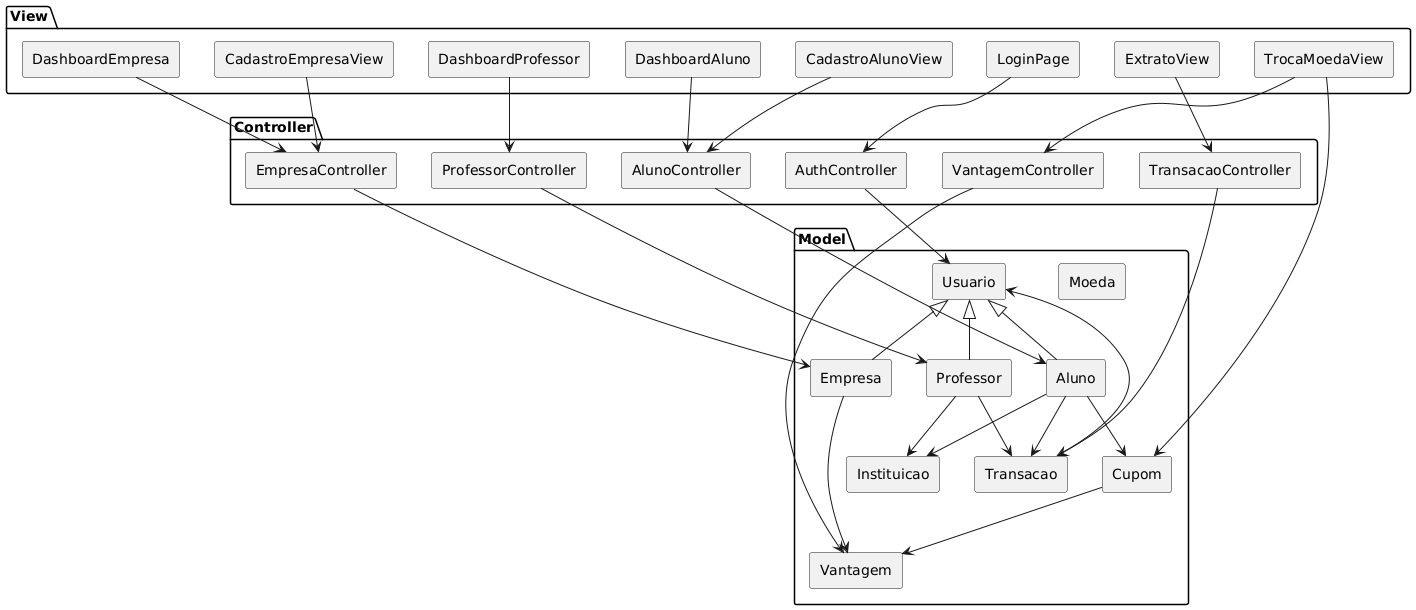
This is project/img/components.png from hegdt/lds-3, a PlantUML export, as it was before one commit. Its diagram source:
```plantuml
@startuml
skinparam componentStyle rectangle

package "View" {
  [LoginPage]
  [DashboardAluno]
  [DashboardProfessor]
  [DashboardEmpresa]
  [ExtratoView]
  [TrocaMoedaView]
  [CadastroAlunoView]
  [CadastroEmpresaView]
}

package "Controller" {
  [AuthController]
  [AlunoController]
  [ProfessorController]
  [EmpresaController]
  [VantagemController]
  [TransacaoController]
}

package "Model" {
  [Usuario]
  [Aluno]
  [Professor]
  [Empresa]
  [Instituicao]
  [Vantagem]
  [Moeda]
  [Transacao]
  [Cupom]
}

[LoginPage] --> [AuthController]
[DashboardAluno] --> [AlunoController]
[DashboardProfessor] --> [ProfessorController]
[DashboardEmpresa] --> [EmpresaController]
[ExtratoView] --> [TransacaoController]
[TrocaMoedaView] --> [VantagemController]
[CadastroAlunoView] --> [AlunoController]
[CadastroEmpresaView] --> [EmpresaController]

[AuthController] --> [Usuario]
[AlunoController] --> [Aluno]
[ProfessorController] --> [Professor]
[EmpresaController] --> [Empresa]
[VantagemController] --> [Vantagem]
[TransacaoController] --> [Transacao]
[TrocaMoedaView] --> [Cupom]

[Usuario] <|-- [Aluno]
[Usuario] <|-- [Professor]
[Usuario] <|-- [Empresa]

[Aluno] --> [Instituicao]
[Professor] --> [Instituicao]
[Empresa] --> [Vantagem]
[Aluno] --> [Transacao]
[Professor] --> [Transacao]
[Transacao] --> [Usuario]
[Cupom] --> [Vantagem]
[Aluno] --> [Cupom]
@enduml
```
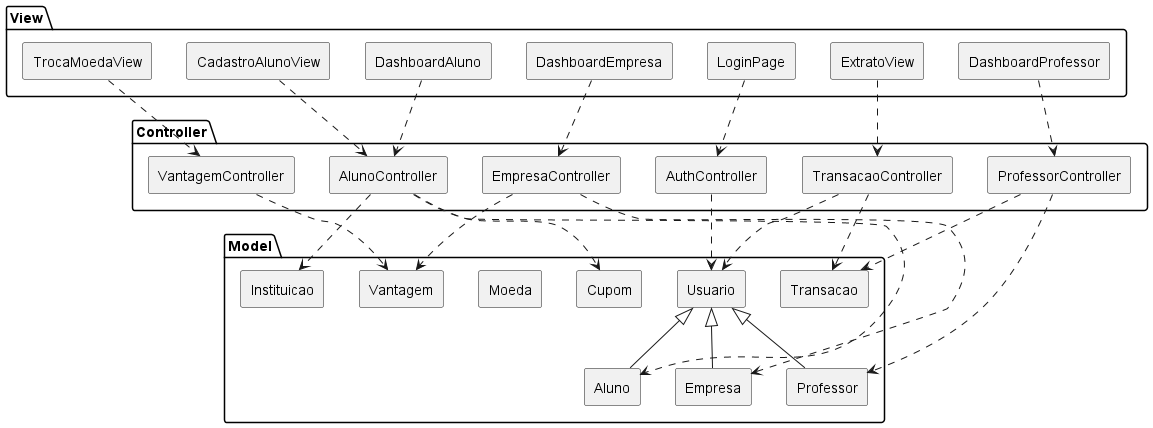
The same file after the commit.

Diff of the diagram source:
```diff
@@ -9,7 +9,6 @@
   [ExtratoView]
   [TrocaMoedaView]
   [CadastroAlunoView]
-  [CadastroEmpresaView]
 }
 
 package "Controller" {
@@ -33,33 +32,28 @@
   [Cupom]
 }
 
-[LoginPage] --> [AuthController]
-[DashboardAluno] --> [AlunoController]
-[DashboardProfessor] --> [ProfessorController]
-[DashboardEmpresa] --> [EmpresaController]
-[ExtratoView] --> [TransacaoController]
-[TrocaMoedaView] --> [VantagemController]
-[CadastroAlunoView] --> [AlunoController]
-[CadastroEmpresaView] --> [EmpresaController]
+[LoginPage] ..> [AuthController]
+[DashboardAluno] ..> [AlunoController]
+[DashboardProfessor] ..> [ProfessorController]
+[DashboardEmpresa] ..> [EmpresaController]
+[ExtratoView] ..> [TransacaoController]
+[TrocaMoedaView] ..> [VantagemController]
+[CadastroAlunoView] ..> [AlunoController]
 
-[AuthController] --> [Usuario]
-[AlunoController] --> [Aluno]
-[ProfessorController] --> [Professor]
-[EmpresaController] --> [Empresa]
-[VantagemController] --> [Vantagem]
-[TransacaoController] --> [Transacao]
-[TrocaMoedaView] --> [Cupom]
+[AuthController] ..> [Usuario]
+[AlunoController] ..> [Aluno]
+[AlunoController] ..> [Instituicao]
+[AlunoController] ..> [Cupom]
+[ProfessorController] ..> [Professor]
+[ProfessorController] ..> [Transacao]
+[EmpresaController] ..> [Empresa]
+[EmpresaController] ..> [Vantagem]
+[VantagemController] ..> [Vantagem]
+[TransacaoController] ..> [Transacao]
+[TransacaoController] ..> [Usuario]
 
 [Usuario] <|-- [Aluno]
 [Usuario] <|-- [Professor]
 [Usuario] <|-- [Empresa]
 
-[Aluno] --> [Instituicao]
-[Professor] --> [Instituicao]
-[Empresa] --> [Vantagem]
-[Aluno] --> [Transacao]
-[Professor] --> [Transacao]
-[Transacao] --> [Usuario]
-[Cupom] --> [Vantagem]
-[Aluno] --> [Cupom]
 @enduml
```
